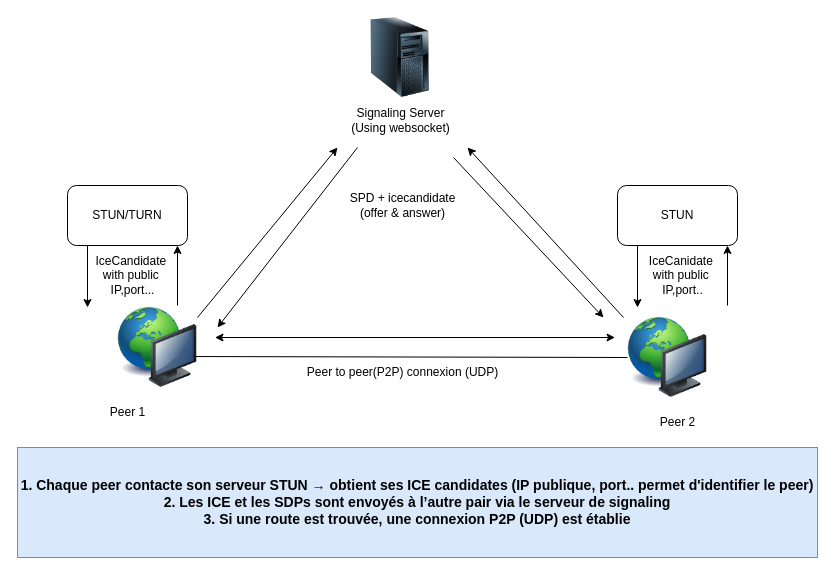
This is diagram/webrtc.drawio from axelker/your-car-your-way-oc-13, a draw.io file, before an edit. Source tidied: cells renumbered, new cells numbered last; positions are measured from the earlier drawing's top-left corner, leaving out a move shared by most shapes. Both pictures are drawn from the tidied source at 100%, with x=0, y=0 at pixel (17, 17).
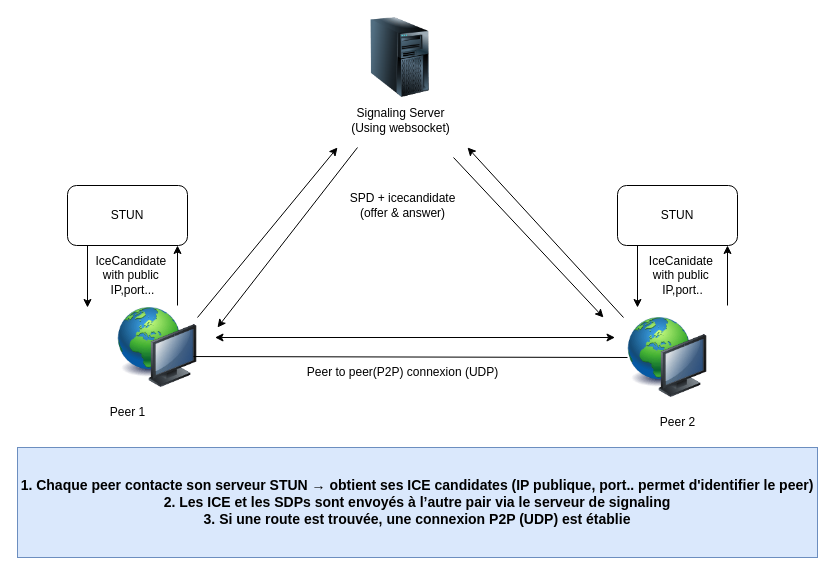
The same diagram, later.

Commit message (it also covers changes not shown here):
docs: delete turn server inside webrtc schema

What changed in the source:
```diff
@@
-    <mxCell id="10" value="STUN/TURN" style="rounded=1;whiteSpace=wrap;html=1;" parent="1" vertex="1">
+    <mxCell id="10" value="STUN" style="rounded=1;whiteSpace=wrap;html=1;" parent="1" vertex="1">
       <mxGeometry x="50" y="168" width="120" height="60" as="geometry" />
     </mxCell>
```
